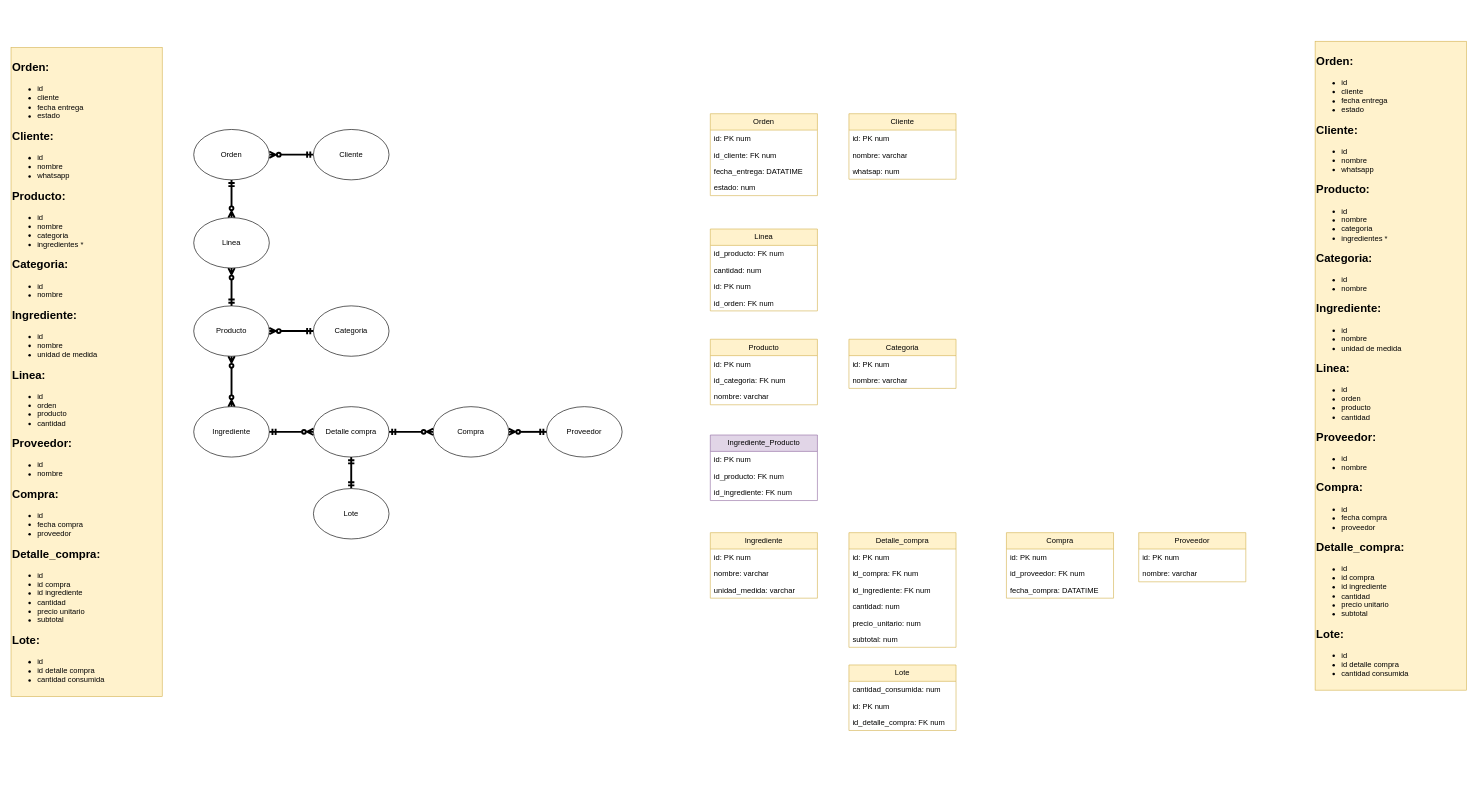
This is DOCUMENTACION/Diagrama db.drawio from LautaroRiofrio/Operations-Management-System-Backend, a draw.io file, before an edit. Source tidied: cells renumbered, new cells numbered last; positions are measured from the earlier drawing's top-left corner, leaving out a move shared by most shapes. Both pictures are drawn from the tidied source at 63%, with x=0, y=0 at pixel (11, 41).
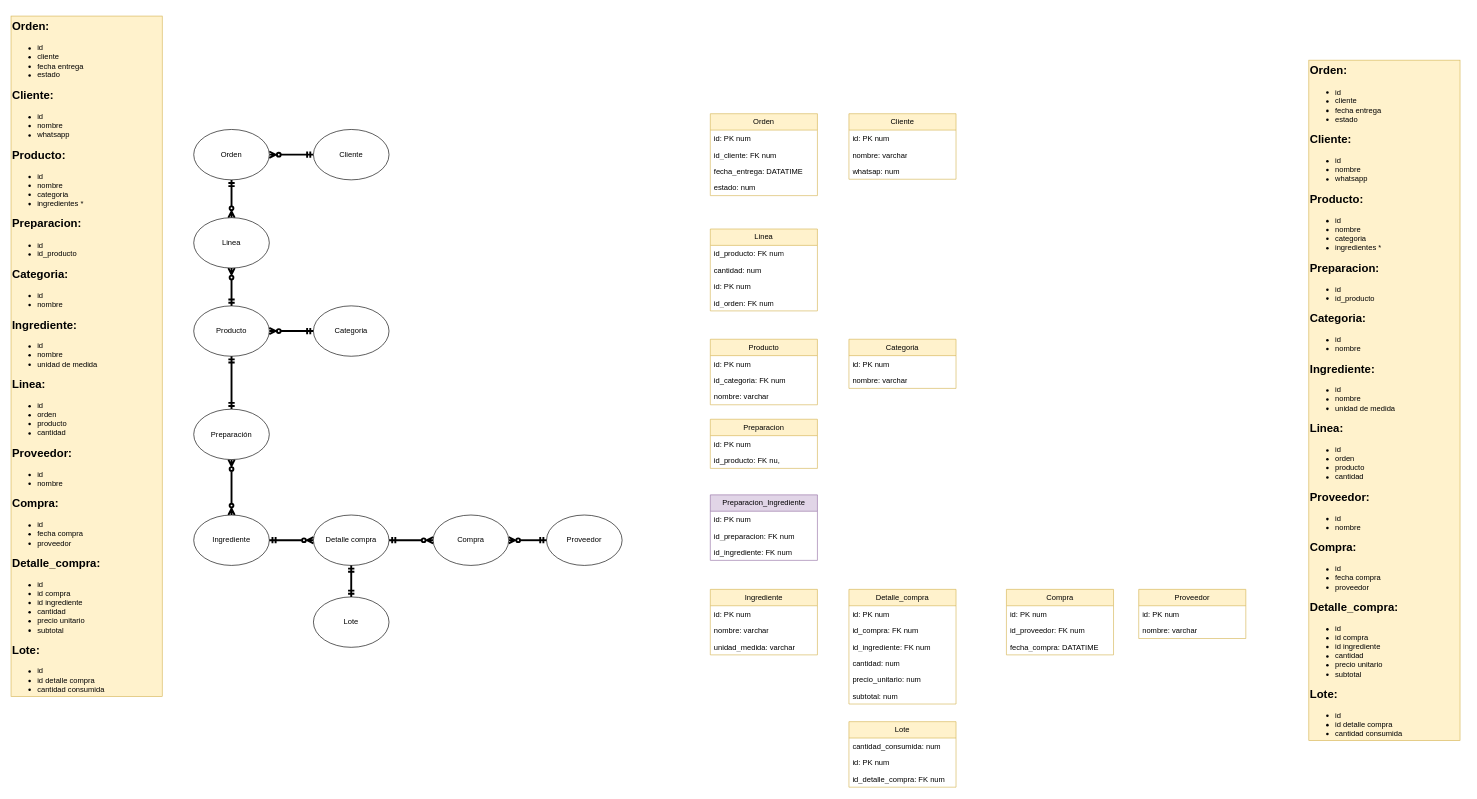
After the change.

The change refers to these unchanged cells:
```xml
<mxCell id="9" value="Producto" style="ellipse;whiteSpace=wrap;html=1;" parent="1" vertex="1">
  <mxGeometry x="290" y="420" width="120" height="80" as="geometry" />
</mxCell>
```

Diff of the diagram source:
```diff
@@
-    <mxCell id="2" value="&lt;h2&gt;Orden:&amp;nbsp;&lt;/h2&gt;&lt;div&gt;&lt;ul&gt;&lt;li&gt;id&amp;nbsp;&lt;/li&gt;&lt;li&gt;cliente&lt;/li&gt;&lt;li&gt;fecha entrega&lt;/li&gt;&lt;li&gt;estado&lt;/li&gt;&lt;/ul&gt;&lt;h2&gt;Cliente:&lt;/h2&gt;&lt;/div&gt;&lt;div&gt;&lt;ul&gt;&lt;li&gt;id&lt;/li&gt;&lt;li&gt;nombre&lt;/li&gt;&lt;li&gt;whatsapp&lt;/li&gt;&lt;/ul&gt;&lt;/div&gt;&lt;h2&gt;Producto:&lt;/h2&gt;&lt;div&gt;&lt;ul&gt;&lt;li&gt;id&lt;/li&gt;&lt;li&gt;nombre&lt;/li&gt;&lt;li&gt;categoria&lt;/li&gt;&lt;li&gt;ingredientes *&lt;/li&gt;&lt;/ul&gt;&lt;/div&gt;&lt;h2&gt;Categoria:&lt;/h2&gt;&lt;div&gt;&lt;ul&gt;&lt;li&gt;id&lt;/li&gt;&lt;li&gt;nombre&lt;/li&gt;&lt;/ul&gt;&lt;h2&gt;Ingrediente:&lt;/h2&gt;&lt;/div&gt;&lt;div&gt;&lt;ul&gt;&lt;li&gt;id&lt;/li&gt;&lt;li&gt;nombre&lt;/li&gt;&lt;li&gt;unidad de medida&lt;/li&gt;&lt;/ul&gt;&lt;h2&gt;Linea:&lt;/h2&gt;&lt;/div&gt;&lt;div&gt;&lt;ul&gt;&lt;li&gt;id&lt;/li&gt;&lt;li&gt;orden&lt;/li&gt;&lt;li&gt;producto&lt;/li&gt;&lt;li&gt;cantidad&lt;/li&gt;&lt;/ul&gt;&lt;/div&gt;&lt;h2&gt;Proveedor:&lt;/h2&gt;&lt;div&gt;&lt;ul&gt;&lt;li&gt;id&lt;/li&gt;&lt;li&gt;nombre&lt;/li&gt;&lt;/ul&gt;&lt;h2&gt;Compra:&lt;/h2&gt;&lt;/div&gt;&lt;div&gt;&lt;ul&gt;&lt;li&gt;id&lt;/li&gt;&lt;li&gt;fecha compra&lt;/li&gt;&lt;li&gt;proveedor&lt;/li&gt;&lt;/ul&gt;&lt;/div&gt;&lt;h2&gt;Detalle_compra:&lt;/h2&gt;&lt;div&gt;&lt;ul&gt;&lt;li&gt;id&lt;/li&gt;&lt;li&gt;id compra&lt;/li&gt;&lt;li&gt;id ingrediente&lt;/li&gt;&lt;li&gt;cantidad&lt;/li&gt;&lt;li&gt;precio unitario&lt;/li&gt;&lt;li&gt;subtotal&lt;/li&gt;&lt;/ul&gt;&lt;h2&gt;Lote:&lt;/h2&gt;&lt;/div&gt;&lt;div&gt;&lt;ul&gt;&lt;li&gt;id&lt;/li&gt;&lt;li&gt;id detalle compra&lt;/li&gt;&lt;li&gt;cantidad consumida&lt;/li&gt;&lt;/ul&gt;&lt;/div&gt;" style="text;html=1;whiteSpace=wrap;strokeColor=#d6b656;fillColor=#fff2cc;align=left;verticalAlign=middle;rounded=0;" parent="1" vertex="1">
-      <mxGeometry y="10" width="240" height="1030" as="geometry" />
+    <mxCell id="2" value="&lt;h2&gt;Orden:&amp;nbsp;&lt;/h2&gt;&lt;div&gt;&lt;ul&gt;&lt;li&gt;id&amp;nbsp;&lt;/li&gt;&lt;li&gt;cliente&lt;/li&gt;&lt;li&gt;fecha entrega&lt;/li&gt;&lt;li&gt;estado&lt;/li&gt;&lt;/ul&gt;&lt;h2&gt;Cliente:&lt;/h2&gt;&lt;/div&gt;&lt;div&gt;&lt;ul&gt;&lt;li&gt;id&lt;/li&gt;&lt;li&gt;nombre&lt;/li&gt;&lt;li&gt;whatsapp&lt;/li&gt;&lt;/ul&gt;&lt;/div&gt;&lt;h2&gt;Producto:&lt;/h2&gt;&lt;div&gt;&lt;ul&gt;&lt;li&gt;id&lt;/li&gt;&lt;li&gt;nombre&lt;/li&gt;&lt;li&gt;categoria&lt;/li&gt;&lt;li&gt;ingredientes *&lt;/li&gt;&lt;/ul&gt;&lt;h2&gt;Preparacion:&lt;/h2&gt;&lt;/div&gt;&lt;div&gt;&lt;ul&gt;&lt;li&gt;id&lt;/li&gt;&lt;li&gt;id_producto&lt;/li&gt;&lt;/ul&gt;&lt;/div&gt;&lt;h2&gt;Categoria:&lt;/h2&gt;&lt;div&gt;&lt;ul&gt;&lt;li&gt;id&lt;/li&gt;&lt;li&gt;nombre&lt;/li&gt;&lt;/ul&gt;&lt;h2&gt;Ingrediente:&lt;/h2&gt;&lt;/div&gt;&lt;div&gt;&lt;ul&gt;&lt;li&gt;id&lt;/li&gt;&lt;li&gt;nombre&lt;/li&gt;&lt;li&gt;unidad de medida&lt;/li&gt;&lt;/ul&gt;&lt;h2&gt;Linea:&lt;/h2&gt;&lt;/div&gt;&lt;div&gt;&lt;ul&gt;&lt;li&gt;id&lt;/li&gt;&lt;li&gt;orden&lt;/li&gt;&lt;li&gt;producto&lt;/li&gt;&lt;li&gt;cantidad&lt;/li&gt;&lt;/ul&gt;&lt;/div&gt;&lt;h2&gt;Proveedor:&lt;/h2&gt;&lt;div&gt;&lt;ul&gt;&lt;li&gt;id&lt;/li&gt;&lt;li&gt;nombre&lt;/li&gt;&lt;/ul&gt;&lt;h2&gt;Compra:&lt;/h2&gt;&lt;/div&gt;&lt;div&gt;&lt;ul&gt;&lt;li&gt;id&lt;/li&gt;&lt;li&gt;fecha compra&lt;/li&gt;&lt;li&gt;proveedor&lt;/li&gt;&lt;/ul&gt;&lt;/div&gt;&lt;h2&gt;Detalle_compra:&lt;/h2&gt;&lt;div&gt;&lt;ul&gt;&lt;li&gt;id&lt;/li&gt;&lt;li&gt;id compra&lt;/li&gt;&lt;li&gt;id ingrediente&lt;/li&gt;&lt;li&gt;cantidad&lt;/li&gt;&lt;li&gt;precio unitario&lt;/li&gt;&lt;li&gt;subtotal&lt;/li&gt;&lt;/ul&gt;&lt;h2&gt;Lote:&lt;/h2&gt;&lt;/div&gt;&lt;div&gt;&lt;ul&gt;&lt;li&gt;id&lt;/li&gt;&lt;li&gt;id detalle compra&lt;/li&gt;&lt;li&gt;cantidad consumida&lt;/li&gt;&lt;/ul&gt;&lt;/div&gt;" style="text;html=1;whiteSpace=wrap;strokeColor=#d6b656;fillColor=#fff2cc;align=left;verticalAlign=middle;rounded=0;" parent="1" vertex="1">
+      <mxGeometry y="-40" width="240" height="1080" as="geometry" />
     </mxCell>
@@
-    <mxCell id="8" style="edgeStyle=orthogonalEdgeStyle;rounded=0;jettySize=auto;html=1;entryX=0.5;entryY=0;entryDx=0;entryDy=0;strokeWidth=3;startArrow=ERzeroToMany;startFill=0;endArrow=ERzeroToMany;endFill=0;" parent="1" edge="1" source="9" target="11">
-      <mxGeometry relative="1" as="geometry" />
-    </mxCell>
@@
+    <mxCell id="70" style="edgeStyle=orthogonalEdgeStyle;rounded=0;jettySize=auto;html=1;entryX=0.5;entryY=1;entryDx=0;entryDy=0;endArrow=ERzeroToMany;endFill=0;startArrow=ERzeroToMany;startFill=0;strokeWidth=3;" parent="1" edge="1" source="11" target="72">
+      <mxGeometry relative="1" as="geometry" />
+    </mxCell>
     <mxCell id="11" value="Ingrediente" style="ellipse;whiteSpace=wrap;html=1;" parent="1" vertex="1">
-      <mxGeometry x="290" y="580" width="120" height="80" as="geometry" />
+      <mxGeometry x="290" y="752" width="120" height="80" as="geometry" />
     </mxCell>
@@
     <mxCell id="14" value="Proveedor" style="ellipse;whiteSpace=wrap;html=1;" parent="1" vertex="1">
-      <mxGeometry x="850" y="580" width="120" height="80" as="geometry" />
+      <mxGeometry x="850" y="752" width="120" height="80" as="geometry" />
     </mxCell>
@@
     <mxCell id="16" value="Compra" style="ellipse;whiteSpace=wrap;html=1;" parent="1" vertex="1">
-      <mxGeometry x="670" y="580" width="120" height="80" as="geometry" />
+      <mxGeometry x="670" y="752" width="120" height="80" as="geometry" />
     </mxCell>
@@
     <mxCell id="19" value="Detalle compra" style="ellipse;whiteSpace=wrap;html=1;" parent="1" vertex="1">
-      <mxGeometry x="480" y="580" width="120" height="80" as="geometry" />
+      <mxGeometry x="480" y="752" width="120" height="80" as="geometry" />
     </mxCell>
@@
     <mxCell id="21" value="Lote" style="ellipse;whiteSpace=wrap;html=1;" parent="1" vertex="1">
-      <mxGeometry x="480" y="710" width="120" height="80" as="geometry" />
+      <mxGeometry x="480" y="882" width="120" height="80" as="geometry" />
     </mxCell>
@@
-    <mxCell id="27" value="&lt;h2&gt;Orden:&amp;nbsp;&lt;/h2&gt;&lt;div&gt;&lt;ul&gt;&lt;li&gt;id&amp;nbsp;&lt;/li&gt;&lt;li&gt;cliente&lt;/li&gt;&lt;li&gt;fecha entrega&lt;/li&gt;&lt;li&gt;estado&lt;/li&gt;&lt;/ul&gt;&lt;h2&gt;Cliente:&lt;/h2&gt;&lt;/div&gt;&lt;div&gt;&lt;ul&gt;&lt;li&gt;id&lt;/li&gt;&lt;li&gt;nombre&lt;/li&gt;&lt;li&gt;whatsapp&lt;/li&gt;&lt;/ul&gt;&lt;/div&gt;&lt;h2&gt;Producto:&lt;/h2&gt;&lt;div&gt;&lt;ul&gt;&lt;li&gt;id&lt;/li&gt;&lt;li&gt;nombre&lt;/li&gt;&lt;li&gt;categoria&lt;/li&gt;&lt;li&gt;ingredientes *&lt;/li&gt;&lt;/ul&gt;&lt;/div&gt;&lt;h2&gt;Categoria:&lt;/h2&gt;&lt;div&gt;&lt;ul&gt;&lt;li&gt;id&lt;/li&gt;&lt;li&gt;nombre&lt;/li&gt;&lt;/ul&gt;&lt;h2&gt;Ingrediente:&lt;/h2&gt;&lt;/div&gt;&lt;div&gt;&lt;ul&gt;&lt;li&gt;id&lt;/li&gt;&lt;li&gt;nombre&lt;/li&gt;&lt;li&gt;unidad de medida&lt;/li&gt;&lt;/ul&gt;&lt;h2&gt;Linea:&lt;/h2&gt;&lt;/div&gt;&lt;div&gt;&lt;ul&gt;&lt;li&gt;id&lt;/li&gt;&lt;li&gt;orden&lt;/li&gt;&lt;li&gt;producto&lt;/li&gt;&lt;li&gt;cantidad&lt;/li&gt;&lt;/ul&gt;&lt;/div&gt;&lt;h2&gt;Proveedor:&lt;/h2&gt;&lt;div&gt;&lt;ul&gt;&lt;li&gt;id&lt;/li&gt;&lt;li&gt;nombre&lt;/li&gt;&lt;/ul&gt;&lt;h2&gt;Compra:&lt;/h2&gt;&lt;/div&gt;&lt;div&gt;&lt;ul&gt;&lt;li&gt;id&lt;/li&gt;&lt;li&gt;fecha compra&lt;/li&gt;&lt;li&gt;proveedor&lt;/li&gt;&lt;/ul&gt;&lt;/div&gt;&lt;h2&gt;Detalle_compra:&lt;/h2&gt;&lt;div&gt;&lt;ul&gt;&lt;li&gt;id&lt;/li&gt;&lt;li&gt;id compra&lt;/li&gt;&lt;li&gt;id ingrediente&lt;/li&gt;&lt;li&gt;cantidad&lt;/li&gt;&lt;li&gt;precio unitario&lt;/li&gt;&lt;li&gt;subtotal&lt;/li&gt;&lt;/ul&gt;&lt;h2&gt;Lote:&lt;/h2&gt;&lt;/div&gt;&lt;div&gt;&lt;ul&gt;&lt;li&gt;id&lt;/li&gt;&lt;li&gt;id detalle compra&lt;/li&gt;&lt;li&gt;cantidad consumida&lt;/li&gt;&lt;/ul&gt;&lt;/div&gt;" style="text;html=1;whiteSpace=wrap;strokeColor=#d6b656;fillColor=#fff2cc;align=left;verticalAlign=middle;rounded=0;" parent="1" vertex="1">
-      <mxGeometry x="2070" width="240" height="1030" as="geometry" />
-    </mxCell>
@@
     <mxCell id="44" value="Proveedor" style="swimlane;fontStyle=0;horizontal=1;startSize=26;fillColor=#fff2cc;whiteSpace=wrap;html=1;strokeColor=#d6b656;" parent="1" vertex="1">
-      <mxGeometry x="1790" y="780" width="170" height="78" as="geometry" />
+      <mxGeometry x="1790" y="870" width="170" height="78" as="geometry" />
     </mxCell>
@@
     <mxCell id="47" value="Compra" style="swimlane;fontStyle=0;horizontal=1;startSize=26;fillColor=#fff2cc;whiteSpace=wrap;html=1;strokeColor=#d6b656;" parent="1" vertex="1">
-      <mxGeometry x="1580" y="780" width="170" height="104" as="geometry" />
+      <mxGeometry x="1580" y="870" width="170" height="104" as="geometry" />
     </mxCell>
@@
     <mxCell id="51" value="Detalle_compra" style="swimlane;fontStyle=0;horizontal=1;startSize=26;fillColor=#fff2cc;whiteSpace=wrap;html=1;strokeColor=#d6b656;" parent="1" vertex="1">
-      <mxGeometry x="1330" y="780" width="170" height="182" as="geometry" />
+      <mxGeometry x="1330" y="870" width="170" height="182" as="geometry" />
     </mxCell>
@@
     <mxCell id="58" value="Lote" style="swimlane;fontStyle=0;horizontal=1;startSize=26;fillColor=#fff2cc;whiteSpace=wrap;html=1;strokeColor=#d6b656;" parent="1" vertex="1">
-      <mxGeometry x="1330" y="990" width="170" height="104" as="geometry" />
+      <mxGeometry x="1330" y="1080" width="170" height="104" as="geometry" />
     </mxCell>
@@
     <mxCell id="62" value="Ingrediente" style="swimlane;fontStyle=0;horizontal=1;startSize=26;fillColor=#fff2cc;whiteSpace=wrap;html=1;strokeColor=#d6b656;" parent="1" vertex="1">
-      <mxGeometry x="1110" y="780" width="170" height="104" as="geometry" />
+      <mxGeometry x="1110" y="870" width="170" height="104" as="geometry" />
     </mxCell>
@@
-    <mxCell id="66" value="Ingrediente_Producto" style="swimlane;fontStyle=0;horizontal=1;startSize=26;fillColor=#e1d5e7;whiteSpace=wrap;html=1;strokeColor=#9673a6;" parent="1" vertex="1">
-      <mxGeometry x="1110" y="625" width="170" height="104" as="geometry" />
+    <mxCell id="66" value="Preparacion_Ingrediente" style="swimlane;fontStyle=0;horizontal=1;startSize=26;fillColor=#e1d5e7;whiteSpace=wrap;html=1;strokeColor=#9673a6;" parent="1" vertex="1">
+      <mxGeometry x="1110" y="720" width="170" height="104" as="geometry" />
     </mxCell>
@@
-    <mxCell id="68" value="id_producto: FK num" style="text;strokeColor=none;fillColor=none;align=left;verticalAlign=top;spacingLeft=4;spacingRight=4;overflow=hidden;whiteSpace=wrap;html=1;" parent="66" vertex="1">
+    <mxCell id="68" value="id_preparacion: FK num" style="text;strokeColor=none;fillColor=none;align=left;verticalAlign=top;spacingLeft=4;spacingRight=4;overflow=hidden;whiteSpace=wrap;html=1;" parent="66" vertex="1">
       <mxGeometry y="52" width="170" height="26" as="geometry" />
     </mxCell>
@@
+    <mxCell id="71" style="edgeStyle=orthogonalEdgeStyle;rounded=0;jettySize=auto;html=1;entryX=0.5;entryY=1;entryDx=0;entryDy=0;endArrow=ERmandOne;endFill=0;startArrow=ERmandOne;startFill=0;strokeWidth=3;" parent="1" edge="1" source="72" target="9">
+      <mxGeometry relative="1" as="geometry" />
+    </mxCell>
+    <mxCell id="72" value="Preparación" style="ellipse;whiteSpace=wrap;html=1;" parent="1" vertex="1">
+      <mxGeometry x="290" y="584" width="120" height="80" as="geometry" />
+    </mxCell>
+    <mxCell id="73" value="&lt;h2&gt;Orden:&amp;nbsp;&lt;/h2&gt;&lt;div&gt;&lt;ul&gt;&lt;li&gt;id&amp;nbsp;&lt;/li&gt;&lt;li&gt;cliente&lt;/li&gt;&lt;li&gt;fecha entrega&lt;/li&gt;&lt;li&gt;estado&lt;/li&gt;&lt;/ul&gt;&lt;h2&gt;Cliente:&lt;/h2&gt;&lt;/div&gt;&lt;div&gt;&lt;ul&gt;&lt;li&gt;id&lt;/li&gt;&lt;li&gt;nombre&lt;/li&gt;&lt;li&gt;whatsapp&lt;/li&gt;&lt;/ul&gt;&lt;/div&gt;&lt;h2&gt;Producto:&lt;/h2&gt;&lt;div&gt;&lt;ul&gt;&lt;li&gt;id&lt;/li&gt;&lt;li&gt;nombre&lt;/li&gt;&lt;li&gt;categoria&lt;/li&gt;&lt;li&gt;ingredientes *&lt;/li&gt;&lt;/ul&gt;&lt;h2&gt;Preparacion:&lt;/h2&gt;&lt;/div&gt;&lt;div&gt;&lt;ul&gt;&lt;li&gt;id&lt;/li&gt;&lt;li&gt;id_producto&lt;/li&gt;&lt;/ul&gt;&lt;/div&gt;&lt;h2&gt;Categoria:&lt;/h2&gt;&lt;div&gt;&lt;ul&gt;&lt;li&gt;id&lt;/li&gt;&lt;li&gt;nombre&lt;/li&gt;&lt;/ul&gt;&lt;h2&gt;Ingrediente:&lt;/h2&gt;&lt;/div&gt;&lt;div&gt;&lt;ul&gt;&lt;li&gt;id&lt;/li&gt;&lt;li&gt;nombre&lt;/li&gt;&lt;li&gt;unidad de medida&lt;/li&gt;&lt;/ul&gt;&lt;h2&gt;Linea:&lt;/h2&gt;&lt;/div&gt;&lt;div&gt;&lt;ul&gt;&lt;li&gt;id&lt;/li&gt;&lt;li&gt;orden&lt;/li&gt;&lt;li&gt;producto&lt;/li&gt;&lt;li&gt;cantidad&lt;/li&gt;&lt;/ul&gt;&lt;/div&gt;&lt;h2&gt;Proveedor:&lt;/h2&gt;&lt;div&gt;&lt;ul&gt;&lt;li&gt;id&lt;/li&gt;&lt;li&gt;nombre&lt;/li&gt;&lt;/ul&gt;&lt;h2&gt;Compra:&lt;/h2&gt;&lt;/div&gt;&lt;div&gt;&lt;ul&gt;&lt;li&gt;id&lt;/li&gt;&lt;li&gt;fecha compra&lt;/li&gt;&lt;li&gt;proveedor&lt;/li&gt;&lt;/ul&gt;&lt;/div&gt;&lt;h2&gt;Detalle_compra:&lt;/h2&gt;&lt;div&gt;&lt;ul&gt;&lt;li&gt;id&lt;/li&gt;&lt;li&gt;id compra&lt;/li&gt;&lt;li&gt;id ingrediente&lt;/li&gt;&lt;li&gt;cantidad&lt;/li&gt;&lt;li&gt;precio unitario&lt;/li&gt;&lt;li&gt;subtotal&lt;/li&gt;&lt;/ul&gt;&lt;h2&gt;Lote:&lt;/h2&gt;&lt;/div&gt;&lt;div&gt;&lt;ul&gt;&lt;li&gt;id&lt;/li&gt;&lt;li&gt;id detalle compra&lt;/li&gt;&lt;li&gt;cantidad consumida&lt;/li&gt;&lt;/ul&gt;&lt;/div&gt;" style="text;html=1;whiteSpace=wrap;strokeColor=#d6b656;fillColor=#fff2cc;align=left;verticalAlign=middle;rounded=0;" parent="1" vertex="1">
+      <mxGeometry x="2060" y="30" width="240" height="1080" as="geometry" />
+    </mxCell>
+    <mxCell id="74" value="Preparacion" style="swimlane;fontStyle=0;horizontal=1;startSize=26;fillColor=#fff2cc;whiteSpace=wrap;html=1;strokeColor=#d6b656;" parent="1" vertex="1">
+      <mxGeometry x="1110" y="600" width="170" height="78" as="geometry" />
+    </mxCell>
+    <mxCell id="75" value="id: PK num&lt;span style=&quot;white-space: pre;&quot;&gt;&#9;&lt;/span&gt;" style="text;strokeColor=none;fillColor=none;align=left;verticalAlign=top;spacingLeft=4;spacingRight=4;overflow=hidden;whiteSpace=wrap;html=1;" parent="74" vertex="1">
+      <mxGeometry y="26" width="170" height="26" as="geometry" />
+    </mxCell>
+    <mxCell id="76" value="id_producto: FK nu," style="text;strokeColor=none;fillColor=none;align=left;verticalAlign=top;spacingLeft=4;spacingRight=4;overflow=hidden;whiteSpace=wrap;html=1;" parent="74" vertex="1">
+      <mxGeometry y="52" width="170" height="26" as="geometry" />
+    </mxCell>
```
